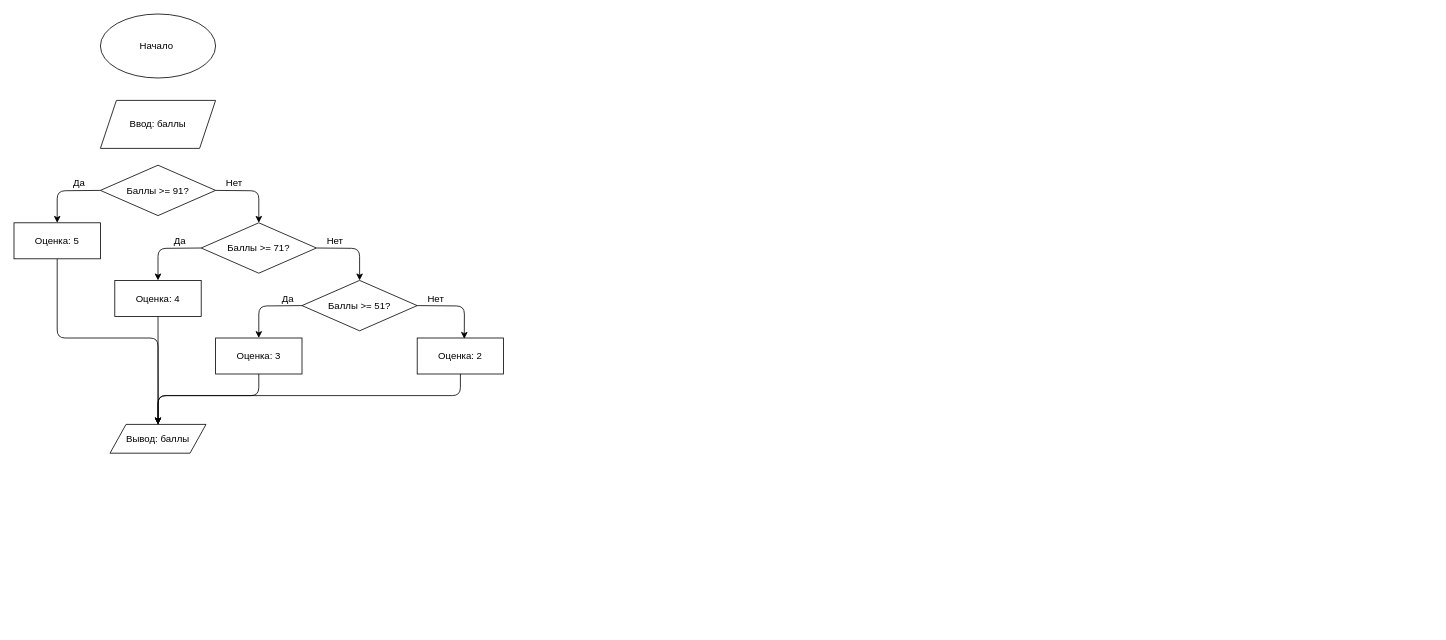
Earlier version of the draw.io diagram diagrams/step5_grade_check.drawio (csgorun/Lab17__ANDROID_Algorithms_SDA). Source tidied: cells renumbered, new cells numbered last; positions are measured from the earlier drawing's top-left corner, leaving out a move shared by most shapes. Both pictures are drawn from the tidied source at 80%, with x=0, y=0 at pixel (14, 14).
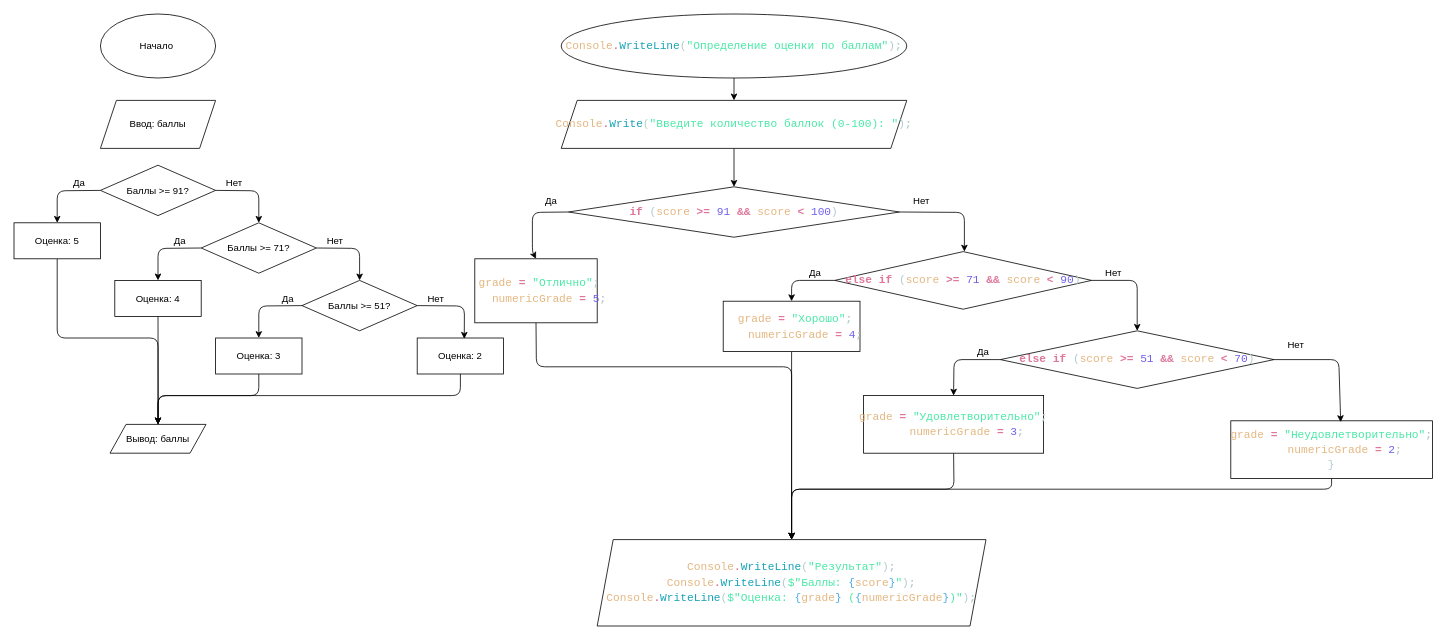
The same page after the edit.

Commit message (it also covers changes not shown here):
Step 6: while and for loops with flowcharts

Diff of the diagram source:
```diff
@@
+    <mxCell id="28" style="edgeStyle=none;html=1;" parent="1" edge="1" source="29" target="31">
+      <mxGeometry relative="1" as="geometry" />
+    </mxCell>
+    <mxCell id="29" value="&lt;div style=&quot;color: rgb(178, 202, 205); font-family: Consolas, &amp;quot;Courier New&amp;quot;, monospace; font-size: 14px; line-height: 19px; white-space: pre;&quot;&gt;&lt;span style=&quot;color: #e4b781;&quot;&gt;Console&lt;/span&gt;&lt;span style=&quot;color: #df769b;font-weight: bold;&quot;&gt;.&lt;/span&gt;&lt;span style=&quot;color: #16a3b6;&quot;&gt;WriteLine&lt;/span&gt;&lt;span style=&quot;color: #b2cacd;&quot;&gt;(&lt;/span&gt;&lt;span style=&quot;color: #49e9a6;&quot;&gt;&quot;Определение оценки по баллам&quot;&lt;/span&gt;&lt;span style=&quot;color: #b2cacd;&quot;&gt;)&lt;/span&gt;&lt;span style=&quot;color: #b2cacd;font-weight: bold;&quot;&gt;;&lt;/span&gt;&lt;/div&gt;" style="ellipse;whiteSpace=wrap;html=1;fontSize=12;spacing=6;textShadow=0;labelBackgroundColor=none;align=center;horizontal=1;verticalAlign=middle;" parent="1" vertex="1">
+      <mxGeometry x="684" width="432" height="80" as="geometry" />
+    </mxCell>
+    <mxCell id="30" style="edgeStyle=none;html=1;" parent="1" edge="1" source="31" target="34">
+      <mxGeometry relative="1" as="geometry" />
+    </mxCell>
+    <mxCell id="31" value="&lt;div style=&quot;color: rgb(178, 202, 205); font-family: Consolas, &amp;quot;Courier New&amp;quot;, monospace; font-size: 14px; line-height: 19px; white-space: pre;&quot;&gt;&lt;span style=&quot;color: #e4b781;&quot;&gt;Console&lt;/span&gt;&lt;span style=&quot;color: #df769b;font-weight: bold;&quot;&gt;.&lt;/span&gt;&lt;span style=&quot;color: #16a3b6;&quot;&gt;Write&lt;/span&gt;&lt;span style=&quot;color: #b2cacd;&quot;&gt;(&lt;/span&gt;&lt;span style=&quot;color: #49e9a6;&quot;&gt;&quot;Введите количество баллок (0-100): &quot;&lt;/span&gt;&lt;span style=&quot;color: #b2cacd;&quot;&gt;)&lt;/span&gt;&lt;span style=&quot;color: #b2cacd;font-weight: bold;&quot;&gt;;&lt;/span&gt;&lt;/div&gt;" style="shape=parallelogram;perimeter=parallelogramPerimeter;whiteSpace=wrap;html=1;fixedSize=1;fontSize=12;spacing=6;textShadow=0;labelBackgroundColor=none;" parent="1" vertex="1">
+      <mxGeometry x="684" y="108" width="432" height="60" as="geometry" />
+    </mxCell>
+    <mxCell id="32" style="edgeStyle=none;html=1;exitX=0;exitY=0.5;exitDx=0;exitDy=0;entryX=0.5;entryY=0;entryDx=0;entryDy=0;fontSize=12;spacing=6;textShadow=0;labelBackgroundColor=none;" parent="1" edge="1" source="34" target="36">
+      <mxGeometry relative="1" as="geometry">
+        <Array as="points">
+          <mxPoint x="648" y="248" />
+          <mxPoint x="648" y="297" />
+        </Array>
+      </mxGeometry>
+    </mxCell>
+    <mxCell id="33" style="edgeStyle=none;html=1;exitX=1;exitY=0.5;exitDx=0;exitDy=0;fontSize=12;spacing=6;textShadow=0;labelBackgroundColor=none;" parent="1" edge="1" source="34">
+      <mxGeometry relative="1" as="geometry">
+        <mxPoint x="1188" y="297" as="targetPoint" />
+        <Array as="points">
+          <mxPoint x="1188" y="248" />
+        </Array>
+      </mxGeometry>
+    </mxCell>
+    <mxCell id="34" value="&lt;div style=&quot;color: rgb(178, 202, 205); font-family: Consolas, &amp;quot;Courier New&amp;quot;, monospace; font-size: 14px; line-height: 19px; white-space: pre;&quot;&gt;&lt;span style=&quot;color: #df769b;font-weight: bold;&quot;&gt;if&lt;/span&gt;&lt;span style=&quot;color: #b2cacd;&quot;&gt; (&lt;/span&gt;&lt;span style=&quot;color: #e4b781;&quot;&gt;score&lt;/span&gt;&lt;span style=&quot;color: #b2cacd;&quot;&gt; &lt;/span&gt;&lt;span style=&quot;color: #df769b;font-weight: bold;&quot;&gt;&amp;gt;=&lt;/span&gt;&lt;span style=&quot;color: #b2cacd;&quot;&gt; &lt;/span&gt;&lt;span style=&quot;color: #7060eb;&quot;&gt;91&lt;/span&gt;&lt;span style=&quot;color: #b2cacd;&quot;&gt; &lt;/span&gt;&lt;span style=&quot;color: #df769b;font-weight: bold;&quot;&gt;&amp;amp;&amp;amp;&lt;/span&gt;&lt;span style=&quot;color: #b2cacd;&quot;&gt; &lt;/span&gt;&lt;span style=&quot;color: #e4b781;&quot;&gt;score&lt;/span&gt;&lt;span style=&quot;color: #b2cacd;&quot;&gt; &lt;/span&gt;&lt;span style=&quot;color: #df769b;font-weight: bold;&quot;&gt;&amp;lt;&lt;/span&gt;&lt;span style=&quot;color: #b2cacd;&quot;&gt; &lt;/span&gt;&lt;span style=&quot;color: #7060eb;&quot;&gt;100&lt;/span&gt;&lt;span style=&quot;color: #b2cacd;&quot;&gt;)&lt;/span&gt;&lt;/div&gt;" style="rhombus;whiteSpace=wrap;html=1;fontSize=12;spacing=6;textShadow=0;labelBackgroundColor=none;" parent="1" vertex="1">
+      <mxGeometry x="693" y="216" width="414" height="63" as="geometry" />
+    </mxCell>
+    <mxCell id="35" style="edgeStyle=none;html=1;exitX=0.5;exitY=1;exitDx=0;exitDy=0;entryX=0.5;entryY=0;entryDx=0;entryDy=0;fontSize=12;spacing=6;textShadow=0;labelBackgroundColor=none;" parent="1" edge="1" source="36" target="55">
+      <mxGeometry relative="1" as="geometry">
+        <Array as="points">
+          <mxPoint x="653" y="441" />
+          <mxPoint x="972" y="441" />
+        </Array>
+      </mxGeometry>
+    </mxCell>
+    <mxCell id="36" value="&lt;div style=&quot;color: rgb(178, 202, 205); font-family: Consolas, &amp;quot;Courier New&amp;quot;, monospace; font-size: 14px; line-height: 19px; white-space: pre;&quot;&gt;&lt;div&gt;&lt;span style=&quot;color: #b2cacd;&quot;&gt;&amp;nbsp;&lt;/span&gt;&lt;span style=&quot;color: #e4b781;&quot;&gt;grade&lt;/span&gt;&lt;span style=&quot;color: #b2cacd;&quot;&gt; &lt;/span&gt;&lt;span style=&quot;color: #df769b;font-weight: bold;&quot;&gt;=&lt;/span&gt;&lt;span style=&quot;color: #b2cacd;&quot;&gt; &lt;/span&gt;&lt;span style=&quot;color: #49e9a6;&quot;&gt;&quot;Отлично&quot;&lt;/span&gt;&lt;span style=&quot;color: #b2cacd;font-weight: bold;&quot;&gt;;&lt;/span&gt;&lt;/div&gt;&lt;div&gt;&lt;span style=&quot;color: #b2cacd;&quot;&gt;&amp;nbsp; &amp;nbsp; &lt;/span&gt;&lt;span style=&quot;color: #e4b781;&quot;&gt;numericGrade&lt;/span&gt;&lt;span style=&quot;color: #b2cacd;&quot;&gt; &lt;/span&gt;&lt;span style=&quot;color: #df769b;font-weight: bold;&quot;&gt;=&lt;/span&gt;&lt;span style=&quot;color: #b2cacd;&quot;&gt; &lt;/span&gt;&lt;span style=&quot;color: #7060eb;&quot;&gt;5&lt;/span&gt;&lt;span style=&quot;color: #b2cacd;font-weight: bold;&quot;&gt;;&lt;/span&gt;&lt;/div&gt;&lt;/div&gt;" style="rounded=0;whiteSpace=wrap;html=1;fontSize=12;spacing=6;textShadow=0;labelBackgroundColor=none;" parent="1" vertex="1">
+      <mxGeometry x="576" y="306" width="153" height="80" as="geometry" />
+    </mxCell>
+    <mxCell id="37" value="Да" style="text;html=1;align=center;verticalAlign=middle;fontSize=12;spacing=6;textShadow=0;labelBackgroundColor=none;" parent="1" vertex="1">
+      <mxGeometry x="648" y="216" width="45" height="36" as="geometry" />
+    </mxCell>
+    <mxCell id="38" value="Нет" style="text;html=1;align=center;verticalAlign=middle;fontSize=12;spacing=6;textShadow=0;labelBackgroundColor=none;" parent="1" vertex="1">
+      <mxGeometry x="1107" y="216" width="54" height="36" as="geometry" />
+    </mxCell>
+    <mxCell id="39" style="edgeStyle=none;html=1;exitX=0;exitY=0.5;exitDx=0;exitDy=0;entryX=0.5;entryY=0;entryDx=0;entryDy=0;fontSize=12;spacing=6;textShadow=0;labelBackgroundColor=none;" parent="1" edge="1" source="41" target="43">
+      <mxGeometry relative="1" as="geometry">
+        <Array as="points">
+          <mxPoint x="972" y="333" />
+        </Array>
+      </mxGeometry>
+    </mxCell>
+    <mxCell id="40" style="edgeStyle=none;html=1;exitX=1;exitY=0.5;exitDx=0;exitDy=0;entryX=0.5;entryY=0;entryDx=0;entryDy=0;fontSize=12;spacing=6;textShadow=0;labelBackgroundColor=none;" parent="1" edge="1" source="41" target="47">
+      <mxGeometry relative="1" as="geometry">
+        <Array as="points">
+          <mxPoint x="1404" y="333" />
+        </Array>
+      </mxGeometry>
+    </mxCell>
+    <mxCell id="41" value="&lt;div style=&quot;color: rgb(178, 202, 205); font-family: Consolas, &amp;quot;Courier New&amp;quot;, monospace; font-size: 14px; line-height: 19px; white-space: pre;&quot;&gt;&lt;span style=&quot;color: #df769b;font-weight: bold;&quot;&gt;else&lt;/span&gt;&lt;span style=&quot;color: #b2cacd;&quot;&gt; &lt;/span&gt;&lt;span style=&quot;color: #df769b;font-weight: bold;&quot;&gt;if&lt;/span&gt;&lt;span style=&quot;color: #b2cacd;&quot;&gt; (&lt;/span&gt;&lt;span style=&quot;color: #e4b781;&quot;&gt;score&lt;/span&gt;&lt;span style=&quot;color: #b2cacd;&quot;&gt; &lt;/span&gt;&lt;span style=&quot;color: #df769b;font-weight: bold;&quot;&gt;&amp;gt;=&lt;/span&gt;&lt;span style=&quot;color: #b2cacd;&quot;&gt; &lt;/span&gt;&lt;span style=&quot;color: #7060eb;&quot;&gt;71&lt;/span&gt;&lt;span style=&quot;color: #b2cacd;&quot;&gt; &lt;/span&gt;&lt;span style=&quot;color: #df769b;font-weight: bold;&quot;&gt;&amp;amp;&amp;amp;&lt;/span&gt;&lt;span style=&quot;color: #b2cacd;&quot;&gt; &lt;/span&gt;&lt;span style=&quot;color: #e4b781;&quot;&gt;score&lt;/span&gt;&lt;span style=&quot;color: #b2cacd;&quot;&gt; &lt;/span&gt;&lt;span style=&quot;color: #df769b;font-weight: bold;&quot;&gt;&amp;lt;&lt;/span&gt;&lt;span style=&quot;color: #b2cacd;&quot;&gt; &lt;/span&gt;&lt;span style=&quot;color: #7060eb;&quot;&gt;90&lt;/span&gt;&lt;span style=&quot;color: #b2cacd;&quot;&gt;)&lt;/span&gt;&lt;/div&gt;" style="rhombus;whiteSpace=wrap;html=1;fontSize=12;spacing=6;textShadow=0;labelBackgroundColor=none;" parent="1" vertex="1">
+      <mxGeometry x="1026" y="297" width="321" height="72" as="geometry" />
+    </mxCell>
+    <mxCell id="42" style="edgeStyle=none;html=1;exitX=0.5;exitY=1;exitDx=0;exitDy=0;entryX=0.5;entryY=0;entryDx=0;entryDy=0;" parent="1" edge="1" source="43" target="55">
+      <mxGeometry relative="1" as="geometry" />
+    </mxCell>
+    <mxCell id="43" value="&lt;div style=&quot;color: rgb(178, 202, 205); font-family: Consolas, &amp;quot;Courier New&amp;quot;, monospace; font-size: 14px; line-height: 19px; white-space: pre;&quot;&gt;&lt;div&gt;&lt;span style=&quot;color: #b2cacd;&quot;&gt;&amp;nbsp;&lt;/span&gt;&lt;span style=&quot;color: #e4b781;&quot;&gt;grade&lt;/span&gt;&lt;span style=&quot;color: #b2cacd;&quot;&gt; &lt;/span&gt;&lt;span style=&quot;color: #df769b;font-weight: bold;&quot;&gt;=&lt;/span&gt;&lt;span style=&quot;color: #b2cacd;&quot;&gt; &lt;/span&gt;&lt;span style=&quot;color: #49e9a6;&quot;&gt;&quot;Хорошо&quot;&lt;/span&gt;&lt;span style=&quot;color: #b2cacd;font-weight: bold;&quot;&gt;;&lt;/span&gt;&lt;/div&gt;&lt;div&gt;&lt;span style=&quot;color: #b2cacd;&quot;&gt;&amp;nbsp; &amp;nbsp; &lt;/span&gt;&lt;span style=&quot;color: #e4b781;&quot;&gt;numericGrade&lt;/span&gt;&lt;span style=&quot;color: #b2cacd;&quot;&gt; &lt;/span&gt;&lt;span style=&quot;color: #df769b;font-weight: bold;&quot;&gt;=&lt;/span&gt;&lt;span style=&quot;color: #b2cacd;&quot;&gt; &lt;/span&gt;&lt;span style=&quot;color: #7060eb;&quot;&gt;4&lt;/span&gt;&lt;span style=&quot;color: #b2cacd;font-weight: bold;&quot;&gt;;&lt;/span&gt;&lt;/div&gt;&lt;/div&gt;" style="rounded=0;whiteSpace=wrap;html=1;fontSize=12;spacing=6;textShadow=0;labelBackgroundColor=none;" parent="1" vertex="1">
+      <mxGeometry x="886.5" y="359" width="171" height="63" as="geometry" />
+    </mxCell>
+    <mxCell id="44" value="Да" style="text;html=1;align=center;verticalAlign=middle;fontSize=12;spacing=6;textShadow=0;labelBackgroundColor=none;" parent="1" vertex="1">
+      <mxGeometry x="978" y="306" width="45" height="36" as="geometry" />
+    </mxCell>
+    <mxCell id="45" value="Нет" style="text;html=1;align=center;verticalAlign=middle;fontSize=12;spacing=6;textShadow=0;labelBackgroundColor=none;" parent="1" vertex="1">
+      <mxGeometry x="1347" y="306" width="54" height="36" as="geometry" />
+    </mxCell>
+    <mxCell id="46" style="edgeStyle=none;html=1;exitX=0;exitY=0.5;exitDx=0;exitDy=0;entryX=0.5;entryY=0;entryDx=0;entryDy=0;fontSize=12;spacing=6;textShadow=0;labelBackgroundColor=none;" parent="1" edge="1" source="47" target="53">
+      <mxGeometry relative="1" as="geometry">
+        <Array as="points">
+          <mxPoint x="1175" y="432" />
+        </Array>
+      </mxGeometry>
+    </mxCell>
+    <mxCell id="47" value="&lt;div style=&quot;color: rgb(178, 202, 205); font-family: Consolas, &amp;quot;Courier New&amp;quot;, monospace; font-size: 14px; line-height: 19px; white-space: pre;&quot;&gt;&lt;span style=&quot;color: #df769b;font-weight: bold;&quot;&gt;else&lt;/span&gt;&lt;span style=&quot;color: #b2cacd;&quot;&gt; &lt;/span&gt;&lt;span style=&quot;color: #df769b;font-weight: bold;&quot;&gt;if&lt;/span&gt;&lt;span style=&quot;color: #b2cacd;&quot;&gt; (&lt;/span&gt;&lt;span style=&quot;color: #e4b781;&quot;&gt;score&lt;/span&gt;&lt;span style=&quot;color: #b2cacd;&quot;&gt; &lt;/span&gt;&lt;span style=&quot;color: #df769b;font-weight: bold;&quot;&gt;&amp;gt;=&lt;/span&gt;&lt;span style=&quot;color: #b2cacd;&quot;&gt; &lt;/span&gt;&lt;span style=&quot;color: #7060eb;&quot;&gt;51&lt;/span&gt;&lt;span style=&quot;color: #b2cacd;&quot;&gt; &lt;/span&gt;&lt;span style=&quot;color: #df769b;font-weight: bold;&quot;&gt;&amp;amp;&amp;amp;&lt;/span&gt;&lt;span style=&quot;color: #b2cacd;&quot;&gt; &lt;/span&gt;&lt;span style=&quot;color: #e4b781;&quot;&gt;score&lt;/span&gt;&lt;span style=&quot;color: #b2cacd;&quot;&gt; &lt;/span&gt;&lt;span style=&quot;color: #df769b;font-weight: bold;&quot;&gt;&amp;lt;&lt;/span&gt;&lt;span style=&quot;color: #b2cacd;&quot;&gt; &lt;/span&gt;&lt;span style=&quot;color: #7060eb;&quot;&gt;70&lt;/span&gt;&lt;span style=&quot;color: #b2cacd;&quot;&gt;)&lt;/span&gt;&lt;/div&gt;" style="rhombus;whiteSpace=wrap;html=1;fontSize=12;spacing=6;textShadow=0;labelBackgroundColor=none;" parent="1" vertex="1">
+      <mxGeometry x="1233" y="396" width="342" height="72" as="geometry" />
+    </mxCell>
+    <mxCell id="48" value="Нет" style="text;html=1;align=center;verticalAlign=middle;fontSize=12;spacing=6;textShadow=0;labelBackgroundColor=none;" parent="1" vertex="1">
+      <mxGeometry x="1575" y="396" width="54" height="36" as="geometry" />
+    </mxCell>
+    <mxCell id="49" style="edgeStyle=none;html=1;exitX=0.5;exitY=1;exitDx=0;exitDy=0;" parent="1" edge="1" source="50">
+      <mxGeometry relative="1" as="geometry">
+        <mxPoint x="972" y="657" as="targetPoint" />
+        <Array as="points">
+          <mxPoint x="1647" y="594" />
+          <mxPoint x="972" y="594" />
+        </Array>
+      </mxGeometry>
+    </mxCell>
+    <mxCell id="50" value="&lt;div style=&quot;color: rgb(178, 202, 205); font-family: Consolas, &amp;quot;Courier New&amp;quot;, monospace; font-size: 14px; line-height: 19px; white-space: pre;&quot;&gt;&lt;div&gt;&lt;span style=&quot;color: #e4b781;&quot;&gt;grade&lt;/span&gt;&lt;span style=&quot;color: #b2cacd;&quot;&gt; &lt;/span&gt;&lt;span style=&quot;color: #df769b;font-weight: bold;&quot;&gt;=&lt;/span&gt;&lt;span style=&quot;color: #b2cacd;&quot;&gt; &lt;/span&gt;&lt;span style=&quot;color: #49e9a6;&quot;&gt;&quot;Неудовлетворительно&quot;&lt;/span&gt;&lt;span style=&quot;color: #b2cacd;font-weight: bold;&quot;&gt;;&lt;/span&gt;&lt;/div&gt;&lt;div&gt;&lt;span style=&quot;color: #b2cacd;&quot;&gt;&amp;nbsp; &amp;nbsp; &lt;/span&gt;&lt;span style=&quot;color: #e4b781;&quot;&gt;numericGrade&lt;/span&gt;&lt;span style=&quot;color: #b2cacd;&quot;&gt; &lt;/span&gt;&lt;span style=&quot;color: #df769b;font-weight: bold;&quot;&gt;=&lt;/span&gt;&lt;span style=&quot;color: #b2cacd;&quot;&gt; &lt;/span&gt;&lt;span style=&quot;color: #7060eb;&quot;&gt;2&lt;/span&gt;&lt;span style=&quot;color: #b2cacd;font-weight: bold;&quot;&gt;;&lt;/span&gt;&lt;/div&gt;&lt;div&gt;&lt;span style=&quot;color: #b2cacd;&quot;&gt;}&lt;/span&gt;&lt;/div&gt;&lt;/div&gt;" style="rounded=0;whiteSpace=wrap;html=1;fontSize=12;spacing=6;textShadow=0;labelBackgroundColor=none;" parent="1" vertex="1">
+      <mxGeometry x="1521" y="508.5" width="252" height="72" as="geometry" />
+    </mxCell>
+    <mxCell id="51" style="edgeStyle=none;html=1;exitX=1;exitY=0.5;exitDx=0;exitDy=0;entryX=0.545;entryY=0.022;entryDx=0;entryDy=0;entryPerimeter=0;fontSize=12;spacing=6;textShadow=0;labelBackgroundColor=none;" parent="1" edge="1" source="47" target="50">
+      <mxGeometry relative="1" as="geometry">
+        <Array as="points">
+          <mxPoint x="1656" y="432" />
+        </Array>
+      </mxGeometry>
+    </mxCell>
+    <mxCell id="52" style="edgeStyle=none;html=1;exitX=0.5;exitY=1;exitDx=0;exitDy=0;entryX=0.5;entryY=0;entryDx=0;entryDy=0;fontSize=12;spacing=6;textShadow=0;labelBackgroundColor=none;" parent="1" edge="1" source="53" target="55">
+      <mxGeometry relative="1" as="geometry">
+        <Array as="points">
+          <mxPoint x="1175" y="594" />
+          <mxPoint x="972" y="594" />
+        </Array>
+      </mxGeometry>
+    </mxCell>
+    <mxCell id="53" value="&lt;div style=&quot;color: rgb(178, 202, 205); font-family: Consolas, &amp;quot;Courier New&amp;quot;, monospace; font-size: 14px; line-height: 19px; white-space: pre;&quot;&gt;&lt;div&gt;&lt;span style=&quot;color: #e4b781;&quot;&gt;grade&lt;/span&gt;&lt;span style=&quot;color: #b2cacd;&quot;&gt; &lt;/span&gt;&lt;span style=&quot;color: #df769b;font-weight: bold;&quot;&gt;=&lt;/span&gt;&lt;span style=&quot;color: #b2cacd;&quot;&gt; &lt;/span&gt;&lt;span style=&quot;color: #49e9a6;&quot;&gt;&quot;Удовлетворительно&quot;&lt;/span&gt;&lt;span style=&quot;color: #b2cacd;font-weight: bold;&quot;&gt;;&lt;/span&gt;&lt;/div&gt;&lt;div&gt;&lt;span style=&quot;color: #b2cacd;&quot;&gt;&amp;nbsp; &amp;nbsp; &lt;/span&gt;&lt;span style=&quot;color: #e4b781;&quot;&gt;numericGrade&lt;/span&gt;&lt;span style=&quot;color: #b2cacd;&quot;&gt; &lt;/span&gt;&lt;span style=&quot;color: #df769b;font-weight: bold;&quot;&gt;=&lt;/span&gt;&lt;span style=&quot;color: #b2cacd;&quot;&gt; &lt;/span&gt;&lt;span style=&quot;color: #7060eb;&quot;&gt;3&lt;/span&gt;&lt;span style=&quot;color: #b2cacd;font-weight: bold;&quot;&gt;;&lt;/span&gt;&lt;/div&gt;&lt;/div&gt;" style="rounded=0;whiteSpace=wrap;html=1;fontSize=12;spacing=6;textShadow=0;labelBackgroundColor=none;" parent="1" vertex="1">
+      <mxGeometry x="1062" y="477" width="225" height="72" as="geometry" />
+    </mxCell>
+    <mxCell id="54" value="Да" style="text;html=1;align=center;verticalAlign=middle;fontSize=12;spacing=6;textShadow=0;labelBackgroundColor=none;" parent="1" vertex="1">
+      <mxGeometry x="1188" y="405" width="45" height="36" as="geometry" />
+    </mxCell>
+    <mxCell id="55" value="&lt;div style=&quot;color: rgb(178, 202, 205); font-family: Consolas, &amp;quot;Courier New&amp;quot;, monospace; font-size: 14px; line-height: 19px; white-space: pre;&quot;&gt;&lt;div&gt;&lt;span style=&quot;color: #e4b781;&quot;&gt;Console&lt;/span&gt;&lt;span style=&quot;color: #df769b;font-weight: bold;&quot;&gt;.&lt;/span&gt;&lt;span style=&quot;color: #16a3b6;&quot;&gt;WriteLine&lt;/span&gt;&lt;span style=&quot;color: #b2cacd;&quot;&gt;(&lt;/span&gt;&lt;span style=&quot;color: #49e9a6;&quot;&gt;&quot;Результат&quot;&lt;/span&gt;&lt;span style=&quot;color: #b2cacd;&quot;&gt;)&lt;/span&gt;&lt;span style=&quot;color: #b2cacd;font-weight: bold;&quot;&gt;;&lt;/span&gt;&lt;/div&gt;&lt;div&gt;&lt;span style=&quot;color: #e4b781;&quot;&gt;Console&lt;/span&gt;&lt;span style=&quot;color: #df769b;font-weight: bold;&quot;&gt;.&lt;/span&gt;&lt;span style=&quot;color: #16a3b6;&quot;&gt;WriteLine&lt;/span&gt;&lt;span style=&quot;color: #b2cacd;&quot;&gt;(&lt;/span&gt;&lt;span style=&quot;color: #49e9a6;&quot;&gt;$&quot;Баллы: &lt;/span&gt;&lt;span style=&quot;color: #49ace9;&quot;&gt;{&lt;/span&gt;&lt;span style=&quot;color: #e4b781;&quot;&gt;score&lt;/span&gt;&lt;span style=&quot;color: #49ace9;&quot;&gt;}&lt;/span&gt;&lt;span style=&quot;color: #49e9a6;&quot;&gt;&quot;&lt;/span&gt;&lt;span style=&quot;color: #b2cacd;&quot;&gt;)&lt;/span&gt;&lt;span style=&quot;color: #b2cacd;font-weight: bold;&quot;&gt;;&lt;/span&gt;&lt;/div&gt;&lt;div&gt;&lt;span style=&quot;color: #e4b781;&quot;&gt;Console&lt;/span&gt;&lt;span style=&quot;color: #df769b;font-weight: bold;&quot;&gt;.&lt;/span&gt;&lt;span style=&quot;color: #16a3b6;&quot;&gt;WriteLine&lt;/span&gt;&lt;span style=&quot;color: #b2cacd;&quot;&gt;(&lt;/span&gt;&lt;span style=&quot;color: #49e9a6;&quot;&gt;$&quot;Оценка: &lt;/span&gt;&lt;span style=&quot;color: #49ace9;&quot;&gt;{&lt;/span&gt;&lt;span style=&quot;color: #e4b781;&quot;&gt;grade&lt;/span&gt;&lt;span style=&quot;color: #49ace9;&quot;&gt;}&lt;/span&gt;&lt;span style=&quot;color: #49e9a6;&quot;&gt; (&lt;/span&gt;&lt;span style=&quot;color: #49ace9;&quot;&gt;{&lt;/span&gt;&lt;span style=&quot;color: #e4b781;&quot;&gt;numericGrade&lt;/span&gt;&lt;span style=&quot;color: #49ace9;&quot;&gt;}&lt;/span&gt;&lt;span style=&quot;color: #49e9a6;&quot;&gt;)&quot;&lt;/span&gt;&lt;span style=&quot;color: #b2cacd;&quot;&gt;)&lt;/span&gt;&lt;span style=&quot;color: #b2cacd;font-weight: bold;&quot;&gt;;&lt;/span&gt;&lt;/div&gt;&lt;/div&gt;" style="shape=parallelogram;perimeter=parallelogramPerimeter;whiteSpace=wrap;html=1;fixedSize=1;fontSize=12;spacing=6;textShadow=0;labelBackgroundColor=none;" parent="1" vertex="1">
+      <mxGeometry x="729" y="657" width="486" height="108" as="geometry" />
+    </mxCell>
```
